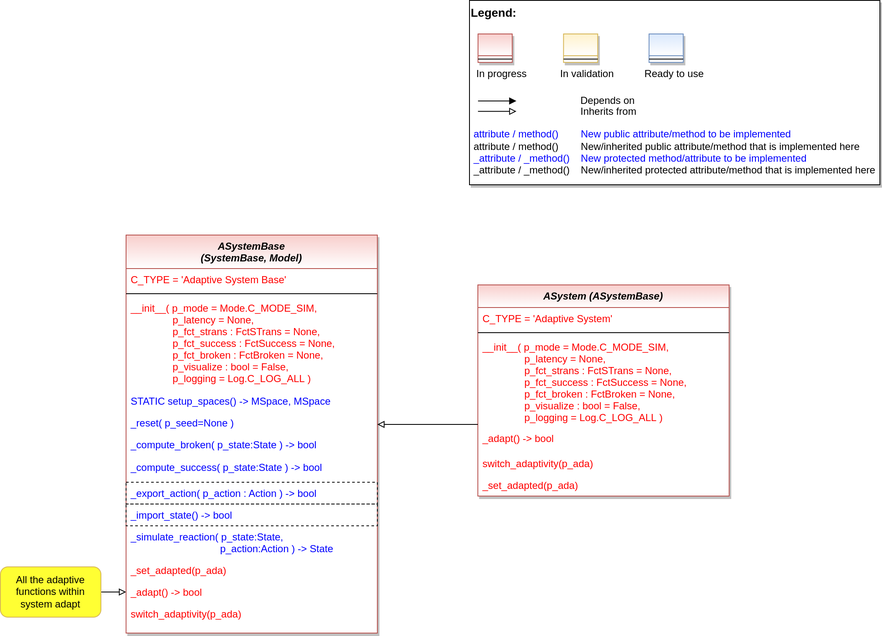
fhswf/MLPro keeps this draw.io diagram as doc/rtd/content/04_appendices/appendix2/sub/core/mlpro_bf/layer4_machine_learning/images/MLPro-BF-ML-Systems_class_diagram.drawio.png. Above is the earlier version. Source tidied: cells renumbered, new cells last; positions are measured from the earlier drawing's top-left corner, leaving out a move shared by most shapes.
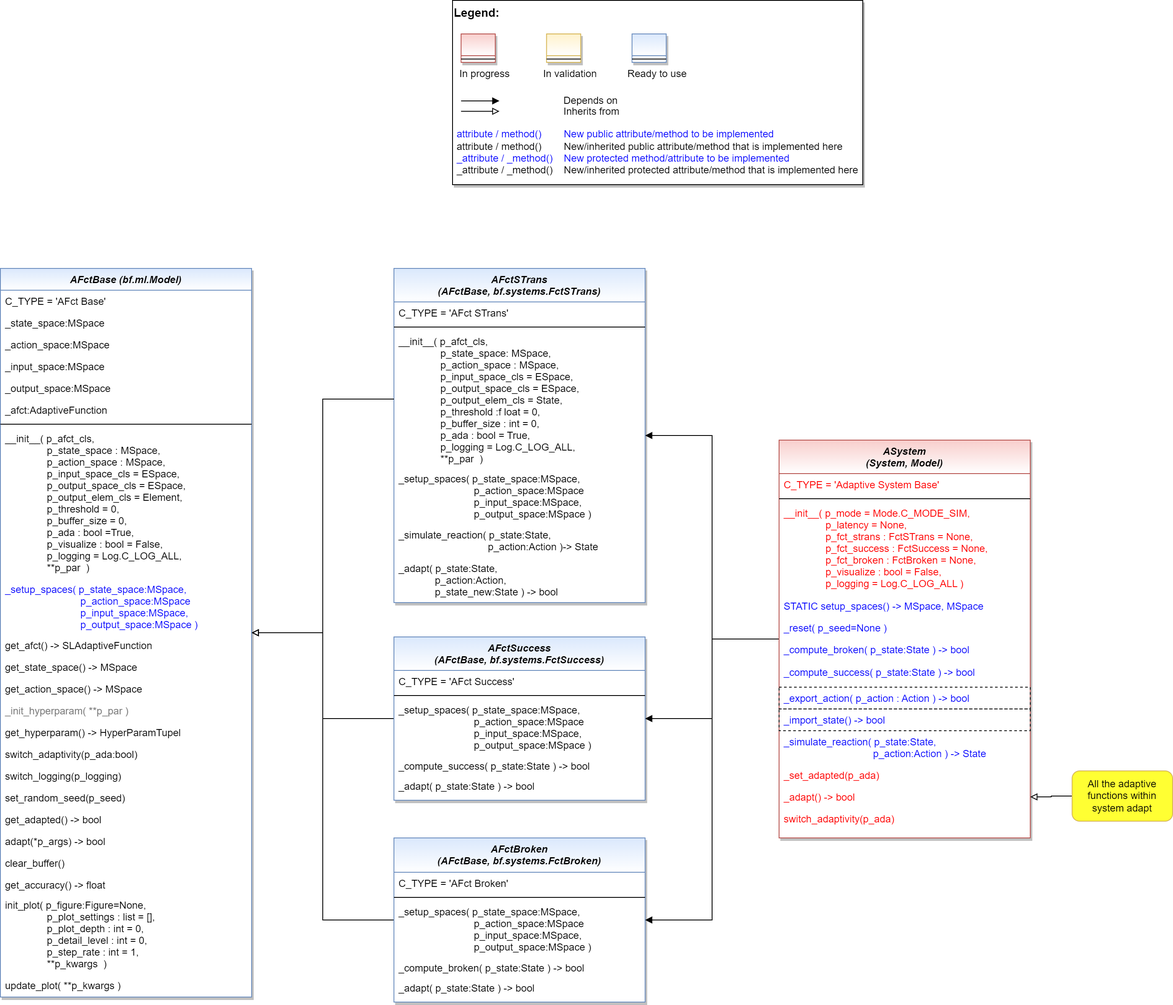
Later version of the same file.

Commit message:
updated class diagrams

Diff of the diagram source:
```diff
@@ -2,8 +2,17 @@
   <root>
     <mxCell id="0" />
     <mxCell id="1" parent="0" />
+    <mxCell id="36" style="edgeStyle=orthogonalEdgeStyle;rounded=0;jettySize=auto;html=1;endArrow=block;endFill=1;" parent="1" edge="1" source="2" target="53">
+      <mxGeometry relative="1" as="geometry" />
+    </mxCell>
+    <mxCell id="37" style="edgeStyle=orthogonalEdgeStyle;rounded=0;jettySize=auto;html=1;endArrow=block;endFill=1;" parent="1" edge="1" source="2" target="40">
+      <mxGeometry relative="1" as="geometry" />
+    </mxCell>
+    <mxCell id="38" style="edgeStyle=orthogonalEdgeStyle;rounded=0;jettySize=auto;html=1;endArrow=block;endFill=1;" parent="1" edge="1" source="2" target="47">
+      <mxGeometry relative="1" as="geometry" />
+    </mxCell>
-    <mxCell id="2" value="ASystemBase&#10;(SystemBase, Model)" style="swimlane;fontStyle=3;align=center;verticalAlign=top;horizontal=1;startSize=40;rounded=0;shadow=1;strokeWidth=1;fillColor=#f8cecc;strokeColor=#b85450;swimlaneFillColor=#ffffff;gradientColor=#FFFFFF;" parent="1" vertex="1">
-      <mxGeometry x="150" y="280" width="300" height="475" as="geometry" />
+    <mxCell id="2" value="ASystem&#10;(System, Model)" style="swimlane;fontStyle=3;align=center;verticalAlign=top;horizontal=1;startSize=40;rounded=0;shadow=1;strokeWidth=1;fillColor=#f8cecc;strokeColor=#b85450;swimlaneFillColor=#ffffff;gradientColor=#FFFFFF;" parent="1" vertex="1">
+      <mxGeometry x="950" y="525" width="300" height="475" as="geometry" />
     </mxCell>
     <mxCell id="3" value="C_TYPE = 'Adaptive System Base'" style="text;align=left;verticalAlign=top;spacingLeft=4;spacingRight=4;overflow=hidden;fontColor=#FF0000;" parent="2" vertex="1">
       <mxGeometry y="40" width="300" height="26" as="geometry" />
@@ -44,40 +53,11 @@
     <mxCell id="15" value="switch_adaptivity(p_ada)" style="text;align=left;verticalAlign=top;spacingLeft=4;spacingRight=4;overflow=hidden;fontColor=#FF0000;" parent="2" vertex="1">
       <mxGeometry y="439" width="300" height="26" as="geometry" />
     </mxCell>
-    <mxCell id="16" value="ASystem (ASystemBase)" style="swimlane;fontStyle=3;align=center;verticalAlign=top;horizontal=1;startSize=27;rounded=0;shadow=1;strokeWidth=1;fillColor=#f8cecc;strokeColor=#b85450;swimlaneFillColor=#ffffff;gradientColor=#FFFFFF;" parent="1" vertex="1">
-      <mxGeometry x="570" y="339.5" width="300" height="252" as="geometry" />
-    </mxCell>
-    <mxCell id="17" value="C_TYPE = 'Adaptive System'" style="text;align=left;verticalAlign=top;spacingLeft=4;spacingRight=4;overflow=hidden;fontColor=#FF0000;" parent="16" vertex="1">
-      <mxGeometry y="27" width="300" height="26" as="geometry" />
-    </mxCell>
-    <mxCell id="18" style="line;html=1;strokeWidth=1;align=left;verticalAlign=middle;spacingTop=-1;spacingLeft=3;spacingRight=3;labelPosition=right;" parent="16" vertex="1">
-      <mxGeometry y="53" width="300" height="8" as="geometry" />
-    </mxCell>
-    <mxCell id="19" value="__init__( p_mode = Mode.C_MODE_SIM,&#10;               p_latency = None, &#10;               p_fct_strans : FctSTrans = None,&#10;               p_fct_success : FctSuccess = None,&#10;               p_fct_broken : FctBroken = None,&#10;               p_visualize : bool = False,&#10;               p_logging = Log.C_LOG_ALL )" style="text;align=left;verticalAlign=top;spacingLeft=4;spacingRight=4;overflow=hidden;points=[[0,0.5],[1,0.5]];portConstraint=eastwest;fontColor=#FF0000;" parent="16" vertex="1">
-      <mxGeometry y="61" width="300" height="109" as="geometry" />
-    </mxCell>
-    <mxCell id="20" value="_adapt() -&gt; bool" style="text;align=left;verticalAlign=top;spacingLeft=4;spacingRight=4;overflow=hidden;fontColor=#FF0000;" parent="16" vertex="1">
-      <mxGeometry y="170" width="300" height="30" as="geometry" />
-    </mxCell>
-    <mxCell id="21" value="switch_adaptivity(p_ada)" style="text;align=left;verticalAlign=top;spacingLeft=4;spacingRight=4;overflow=hidden;fontColor=#FF0000;" parent="16" vertex="1">
-      <mxGeometry y="200" width="300" height="26" as="geometry" />
-    </mxCell>
-    <mxCell id="22" value="_set_adapted(p_ada)" style="text;align=left;verticalAlign=top;spacingLeft=4;spacingRight=4;overflow=hidden;fontColor=#FF0000;" parent="16" vertex="1">
-      <mxGeometry y="226" width="300" height="26" as="geometry" />
-    </mxCell>
-    <mxCell id="23" style="edgeStyle=orthogonalEdgeStyle;rounded=0;jettySize=auto;html=1;fontColor=default;endArrow=block;endFill=0;" parent="1" edge="1" source="19" target="2">
-      <mxGeometry relative="1" as="geometry">
-        <Array as="points">
-          <mxPoint x="490" y="506" />
-          <mxPoint x="490" y="506" />
-        </Array>
-      </mxGeometry>
-    </mxCell>
     <mxCell id="24" style="edgeStyle=orthogonalEdgeStyle;rounded=0;jettySize=auto;html=1;fontColor=default;endArrow=block;endFill=0;" parent="1" edge="1" source="25" target="14">
       <mxGeometry relative="1" as="geometry" />
     </mxCell>
     <mxCell id="25" value="All the adaptive functions within system adapt" style="rounded=1;whiteSpace=wrap;html=1;strokeWidth=1;fillColor=#FFFF33;strokeColor=#d6b656;gradientColor=none;" parent="1" vertex="1">
-      <mxGeometry y="676" width="120" height="60" as="geometry" />
+      <mxGeometry x="1300" y="920" width="120" height="60" as="geometry" />
     </mxCell>
     <mxCell id="26" style="group;" parent="1" vertex="1">
       <mxGeometry x="560" width="490" height="220" as="geometry" />
@@ -120,5 +100,143 @@
     <mxCell id="35" style="line;html=1;strokeWidth=1;align=left;verticalAlign=middle;spacingTop=-1;spacingLeft=3;spacingRight=3;labelPosition=right;" parent="34" vertex="1">
       <mxGeometry y="26" width="40.8" height="8" as="geometry" />
     </mxCell>
+    <mxCell id="39" style="edgeStyle=orthogonalEdgeStyle;rounded=0;jettySize=auto;html=1;endArrow=block;endFill=0;" parent="1" edge="1" source="40" target="60">
+      <mxGeometry relative="1" as="geometry" />
+    </mxCell>
+    <mxCell id="40" value="AFctSuccess &#10;(AFctBase, bf.systems.FctSuccess)" style="swimlane;fontStyle=3;align=center;verticalAlign=top;horizontal=1;startSize=40;rounded=0;shadow=1;strokeWidth=1;fillColor=#dae8fc;strokeColor=#6c8ebf;swimlaneFillColor=#ffffff;gradientColor=#FFFFFF;" parent="1" vertex="1">
+      <mxGeometry x="490" y="760" width="300" height="195" as="geometry" />
+    </mxCell>
+    <mxCell id="41" value="C_TYPE = 'AFct Success'" style="text;align=left;verticalAlign=top;spacingLeft=4;spacingRight=4;overflow=hidden;" parent="40" vertex="1">
+      <mxGeometry y="40" width="300" height="26" as="geometry" />
+    </mxCell>
+    <mxCell id="42" style="line;html=1;strokeWidth=1;align=left;verticalAlign=middle;spacingTop=-1;spacingLeft=3;spacingRight=3;labelPosition=right;" parent="40" vertex="1">
+      <mxGeometry y="66" width="300" height="8" as="geometry" />
+    </mxCell>
+    <mxCell id="43" value="_setup_spaces( p_state_space:MSpace,&#10;                           p_action_space:MSpace&#10;                           p_input_space:MSpace,&#10;                           p_output_space:MSpace )" style="text;align=left;verticalAlign=top;spacingLeft=4;spacingRight=4;overflow=hidden;" parent="40" vertex="1">
+      <mxGeometry y="74" width="300" height="67" as="geometry" />
+    </mxCell>
+    <mxCell id="44" value="_compute_success( p_state:State ) -&gt; bool" style="text;align=left;verticalAlign=top;spacingLeft=4;spacingRight=4;overflow=hidden;" parent="40" vertex="1">
+      <mxGeometry y="141" width="300" height="24" as="geometry" />
+    </mxCell>
+    <mxCell id="45" value="_adapt( p_state:State ) -&gt; bool" style="text;align=left;verticalAlign=top;spacingLeft=4;spacingRight=4;overflow=hidden;" parent="40" vertex="1">
+      <mxGeometry y="165" width="300" height="30" as="geometry" />
+    </mxCell>
+    <mxCell id="46" style="edgeStyle=orthogonalEdgeStyle;rounded=0;jettySize=auto;html=1;endArrow=block;endFill=0;" parent="1" edge="1" source="47" target="60">
+      <mxGeometry relative="1" as="geometry" />
+    </mxCell>
+    <mxCell id="47" value="AFctBroken &#10;(AFctBase, bf.systems.FctBroken)" style="swimlane;fontStyle=3;align=center;verticalAlign=top;horizontal=1;startSize=41;rounded=0;shadow=1;strokeWidth=1;fillColor=#dae8fc;strokeColor=#6c8ebf;swimlaneFillColor=#ffffff;gradientColor=#FFFFFF;" parent="1" vertex="1">
+      <mxGeometry x="490" y="1000" width="300" height="196" as="geometry" />
+    </mxCell>
+    <mxCell id="48" value="C_TYPE = 'AFct Broken'" style="text;align=left;verticalAlign=top;spacingLeft=4;spacingRight=4;overflow=hidden;" parent="47" vertex="1">
+      <mxGeometry y="41" width="300" height="26" as="geometry" />
+    </mxCell>
+    <mxCell id="49" style="line;html=1;strokeWidth=1;align=left;verticalAlign=middle;spacingTop=-1;spacingLeft=3;spacingRight=3;labelPosition=right;" parent="47" vertex="1">
+      <mxGeometry y="67" width="300" height="8" as="geometry" />
+    </mxCell>
+    <mxCell id="50" value="_setup_spaces( p_state_space:MSpace,&#10;                           p_action_space:MSpace&#10;                           p_input_space:MSpace,&#10;                           p_output_space:MSpace )" style="text;align=left;verticalAlign=top;spacingLeft=4;spacingRight=4;overflow=hidden;" parent="47" vertex="1">
+      <mxGeometry y="75" width="300" height="67" as="geometry" />
+    </mxCell>
+    <mxCell id="51" value="_compute_broken( p_state:State ) -&gt; bool" style="text;align=left;verticalAlign=top;spacingLeft=4;spacingRight=4;overflow=hidden;" parent="47" vertex="1">
+      <mxGeometry y="142" width="300" height="24" as="geometry" />
+    </mxCell>
+    <mxCell id="52" value="_adapt( p_state:State ) -&gt; bool" style="text;align=left;verticalAlign=top;spacingLeft=4;spacingRight=4;overflow=hidden;" parent="47" vertex="1">
+      <mxGeometry y="166" width="300" height="30" as="geometry" />
+    </mxCell>
+    <mxCell id="53" value="AFctSTrans &#10;(AFctBase, bf.systems.FctSTrans)" style="swimlane;fontStyle=3;align=center;verticalAlign=top;horizontal=1;startSize=40;rounded=0;shadow=1;strokeWidth=1;fillColor=#dae8fc;strokeColor=#6c8ebf;swimlaneFillColor=#ffffff;gradientColor=#FFFFFF;" parent="1" vertex="1">
+      <mxGeometry x="490" y="320" width="300" height="399" as="geometry" />
+    </mxCell>
+    <mxCell id="54" value="C_TYPE = 'AFct STrans'" style="text;align=left;verticalAlign=top;spacingLeft=4;spacingRight=4;overflow=hidden;" parent="53" vertex="1">
+      <mxGeometry y="40" width="300" height="26" as="geometry" />
+    </mxCell>
+    <mxCell id="55" style="line;html=1;strokeWidth=1;align=left;verticalAlign=middle;spacingTop=-1;spacingLeft=3;spacingRight=3;labelPosition=right;" parent="53" vertex="1">
+      <mxGeometry y="66" width="300" height="8" as="geometry" />
+    </mxCell>
+    <mxCell id="56" value="__init__( p_afct_cls,&#10;               p_state_space: MSpace,&#10;               p_action_space : MSpace,&#10;               p_input_space_cls = ESpace,&#10;               p_output_space_cls = ESpace,&#10;               p_output_elem_cls = State,&#10;               p_threshold :f loat = 0,&#10;               p_buffer_size : int = 0,&#10;               p_ada : bool = True, &#10;               p_logging = Log.C_LOG_ALL,&#10;               **p_par  )" style="text;align=left;verticalAlign=top;spacingLeft=4;spacingRight=4;overflow=hidden;points=[[0,0.5],[1,0.5]];portConstraint=eastwest;" parent="53" vertex="1">
+      <mxGeometry y="74" width="300" height="164" as="geometry" />
+    </mxCell>
+    <mxCell id="57" value="_setup_spaces( p_state_space:MSpace,&#10;                           p_action_space:MSpace&#10;                           p_input_space:MSpace,&#10;                           p_output_space:MSpace )" style="text;align=left;verticalAlign=top;spacingLeft=4;spacingRight=4;overflow=hidden;" parent="53" vertex="1">
+      <mxGeometry y="238" width="300" height="67" as="geometry" />
+    </mxCell>
+    <mxCell id="58" value="_simulate_reaction( p_state:State, &#10;                                p_action:Action )-&gt; State" style="text;align=left;verticalAlign=top;spacingLeft=4;spacingRight=4;overflow=hidden;" parent="53" vertex="1">
+      <mxGeometry y="305" width="300" height="40" as="geometry" />
+    </mxCell>
+    <mxCell id="59" value="_adapt( p_state:State, &#10;             p_action:Action,&#10;             p_state_new:State ) -&gt; bool" style="text;align=left;verticalAlign=top;spacingLeft=4;spacingRight=4;overflow=hidden;" parent="53" vertex="1">
+      <mxGeometry y="345" width="300" height="54" as="geometry" />
+    </mxCell>
+    <mxCell id="60" value="AFctBase (bf.ml.Model)" style="swimlane;fontStyle=3;align=center;verticalAlign=top;horizontal=1;startSize=26;rounded=0;shadow=1;strokeWidth=1;fillColor=#dae8fc;strokeColor=#6c8ebf;swimlaneFillColor=#ffffff;gradientColor=#FFFFFF;" parent="1" vertex="1">
+      <mxGeometry x="20" y="320" width="300" height="870" as="geometry" />
+    </mxCell>
+    <mxCell id="61" value="C_TYPE = 'AFct Base'" style="text;align=left;verticalAlign=top;spacingLeft=4;spacingRight=4;overflow=hidden;" parent="60" vertex="1">
+      <mxGeometry y="26" width="300" height="26" as="geometry" />
+    </mxCell>
+    <mxCell id="62" value="_state_space:MSpace" style="text;align=left;verticalAlign=top;spacingLeft=4;spacingRight=4;overflow=hidden;" parent="60" vertex="1">
+      <mxGeometry y="52" width="300" height="26" as="geometry" />
+    </mxCell>
+    <mxCell id="63" value="_action_space:MSpace" style="text;align=left;verticalAlign=top;spacingLeft=4;spacingRight=4;overflow=hidden;" parent="60" vertex="1">
+      <mxGeometry y="78" width="300" height="26" as="geometry" />
+    </mxCell>
+    <mxCell id="64" value="_input_space:MSpace" style="text;align=left;verticalAlign=top;spacingLeft=4;spacingRight=4;overflow=hidden;" parent="60" vertex="1">
+      <mxGeometry y="104" width="300" height="26" as="geometry" />
+    </mxCell>
+    <mxCell id="65" value="_output_space:MSpace" style="text;align=left;verticalAlign=top;spacingLeft=4;spacingRight=4;overflow=hidden;" parent="60" vertex="1">
+      <mxGeometry y="130" width="300" height="26" as="geometry" />
+    </mxCell>
+    <mxCell id="66" value="_afct:AdaptiveFunction" style="text;align=left;verticalAlign=top;spacingLeft=4;spacingRight=4;overflow=hidden;" parent="60" vertex="1">
+      <mxGeometry y="156" width="300" height="26" as="geometry" />
+    </mxCell>
+    <mxCell id="67" style="line;html=1;strokeWidth=1;align=left;verticalAlign=middle;spacingTop=-1;spacingLeft=3;spacingRight=3;labelPosition=right;" parent="60" vertex="1">
+      <mxGeometry y="182" width="300" height="8" as="geometry" />
+    </mxCell>
+    <mxCell id="68" value="__init__( p_afct_cls,&#10;               p_state_space : MSpace,&#10;               p_action_space : MSpace,&#10;               p_input_space_cls = ESpace,&#10;               p_output_space_cls = ESpace,&#10;               p_output_elem_cls = Element,&#10;               p_threshold = 0,&#10;               p_buffer_size = 0,&#10;               p_ada : bool =True, &#10;               p_visualize : bool = False,&#10;               p_logging = Log.C_LOG_ALL,&#10;               **p_par  )" style="text;align=left;verticalAlign=top;spacingLeft=4;spacingRight=4;overflow=hidden;" parent="60" vertex="1">
+      <mxGeometry y="190" width="300" height="180" as="geometry" />
+    </mxCell>
+    <mxCell id="69" value="_setup_spaces( p_state_space:MSpace,&#10;                           p_action_space:MSpace&#10;                           p_input_space:MSpace,&#10;                           p_output_space:MSpace )" style="text;align=left;verticalAlign=top;spacingLeft=4;spacingRight=4;overflow=hidden;fontColor=#0000FF;" parent="60" vertex="1">
+      <mxGeometry y="370" width="300" height="67" as="geometry" />
+    </mxCell>
+    <mxCell id="70" value="get_afct() -&gt; SLAdaptiveFunction" style="text;align=left;verticalAlign=top;spacingLeft=4;spacingRight=4;overflow=hidden;fontColor=default;" parent="60" vertex="1">
+      <mxGeometry y="437" width="300" height="26" as="geometry" />
+    </mxCell>
+    <mxCell id="71" value="get_state_space() -&gt; MSpace" style="text;align=left;verticalAlign=top;spacingLeft=4;spacingRight=4;overflow=hidden;" parent="60" vertex="1">
+      <mxGeometry y="463" width="300" height="26" as="geometry" />
+    </mxCell>
+    <mxCell id="72" value="get_action_space() -&gt; MSpace" style="text;align=left;verticalAlign=top;spacingLeft=4;spacingRight=4;overflow=hidden;" parent="60" vertex="1">
+      <mxGeometry y="489" width="300" height="26" as="geometry" />
+    </mxCell>
+    <mxCell id="73" value="_init_hyperparam( **p_par )" style="text;align=left;verticalAlign=top;spacingLeft=4;spacingRight=4;overflow=hidden;fontColor=#808080;" parent="60" vertex="1">
+      <mxGeometry y="515" width="300" height="26" as="geometry" />
+    </mxCell>
+    <mxCell id="74" value="get_hyperparam() -&gt; HyperParamTupel" style="text;align=left;verticalAlign=top;spacingLeft=4;spacingRight=4;overflow=hidden;" parent="60" vertex="1">
+      <mxGeometry y="541" width="300" height="26" as="geometry" />
+    </mxCell>
+    <mxCell id="75" value="switch_adaptivity(p_ada:bool)" style="text;align=left;verticalAlign=top;spacingLeft=4;spacingRight=4;overflow=hidden;" parent="60" vertex="1">
+      <mxGeometry y="567" width="300" height="26" as="geometry" />
+    </mxCell>
+    <mxCell id="76" value="switch_logging(p_logging)" style="text;align=left;verticalAlign=top;spacingLeft=4;spacingRight=4;overflow=hidden;" parent="60" vertex="1">
+      <mxGeometry y="593" width="300" height="26" as="geometry" />
+    </mxCell>
+    <mxCell id="77" value="set_random_seed(p_seed)" style="text;align=left;verticalAlign=top;spacingLeft=4;spacingRight=4;overflow=hidden;" parent="60" vertex="1">
+      <mxGeometry y="619" width="300" height="26" as="geometry" />
+    </mxCell>
+    <mxCell id="78" value="get_adapted() -&gt; bool" style="text;align=left;verticalAlign=top;spacingLeft=4;spacingRight=4;overflow=hidden;" parent="60" vertex="1">
+      <mxGeometry y="645" width="300" height="26" as="geometry" />
+    </mxCell>
+    <mxCell id="79" value="adapt(*p_args) -&gt; bool" style="text;align=left;verticalAlign=top;spacingLeft=4;spacingRight=4;overflow=hidden;" parent="60" vertex="1">
+      <mxGeometry y="671" width="300" height="26" as="geometry" />
+    </mxCell>
+    <mxCell id="80" value="clear_buffer()" style="text;align=left;verticalAlign=top;spacingLeft=4;spacingRight=4;overflow=hidden;" parent="60" vertex="1">
+      <mxGeometry y="697" width="300" height="26" as="geometry" />
+    </mxCell>
+    <mxCell id="81" value="get_accuracy() -&gt; float" style="text;align=left;verticalAlign=top;spacingLeft=4;spacingRight=4;overflow=hidden;" parent="60" vertex="1">
+      <mxGeometry y="723" width="300" height="24" as="geometry" />
+    </mxCell>
+    <mxCell id="82" value="init_plot( p_figure:Figure=None, &#10;               p_plot_settings : list = [],&#10;               p_plot_depth : int = 0,&#10;               p_detail_level : int = 0,&#10;               p_step_rate : int = 1,&#10;               **p_kwargs  )" style="text;align=left;verticalAlign=top;spacingLeft=4;spacingRight=4;overflow=hidden;fontColor=default;" parent="60" vertex="1">
+      <mxGeometry y="747" width="300" height="96" as="geometry" />
+    </mxCell>
+    <mxCell id="83" value="update_plot( **p_kwargs )" style="text;align=left;verticalAlign=top;spacingLeft=4;spacingRight=4;overflow=hidden;" parent="60" vertex="1">
+      <mxGeometry y="843" width="300" height="26" as="geometry" />
+    </mxCell>
+    <mxCell id="84" style="edgeStyle=orthogonalEdgeStyle;rounded=0;jettySize=auto;html=1;endArrow=block;endFill=0;" parent="1" edge="1" source="56" target="60">
+      <mxGeometry relative="1" as="geometry" />
+    </mxCell>
   </root>
 </mxGraphModel>
```
